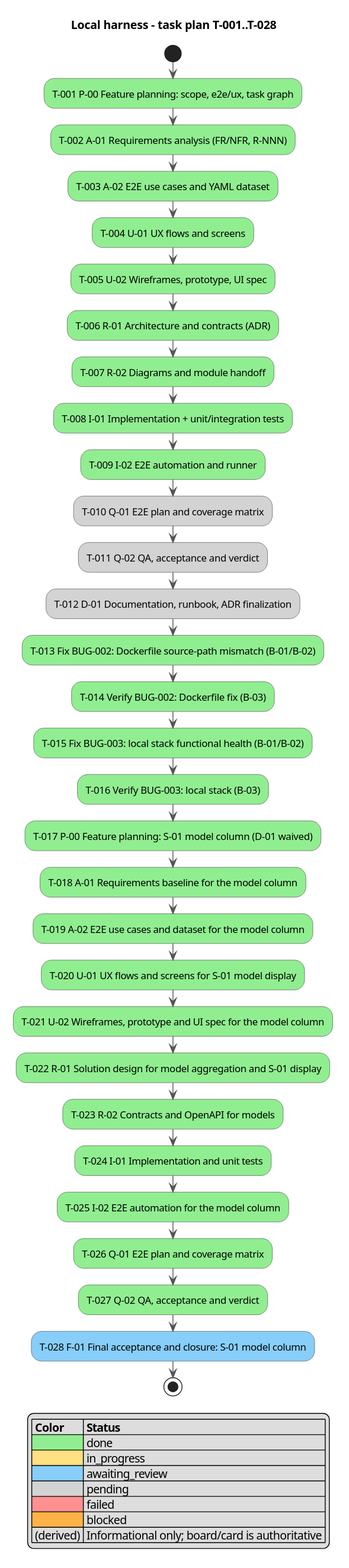
serge-sasov/ai-task-tracker keeps this PlantUML diagram as docs/activity.svg. Above is the earlier version.
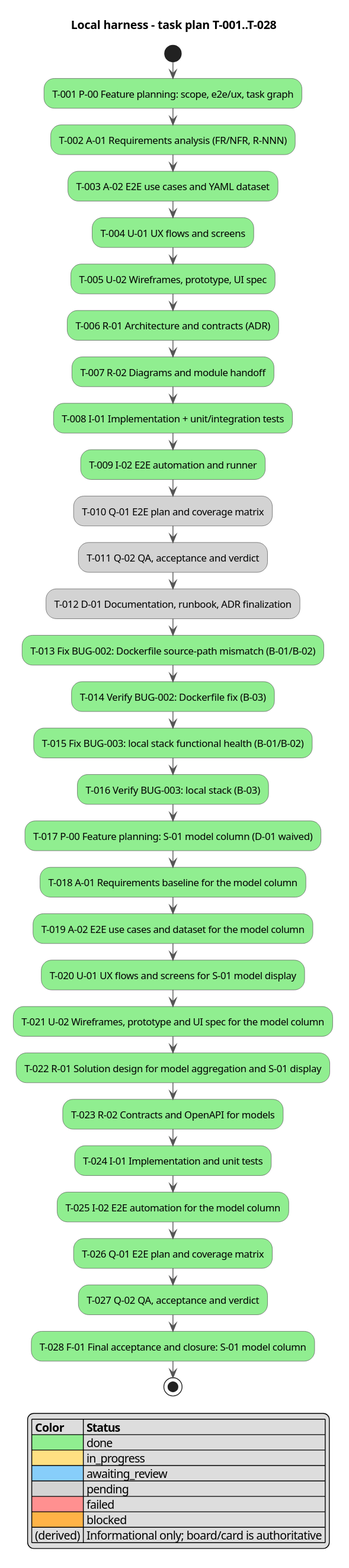
Later version of the same file.

Diff of the diagram source:
```diff
@@ -33,7 +33,7 @@
 :T-025 I-02 E2E automation for the model column; <<#90EE90>>
 :T-026 Q-01 E2E plan and coverage matrix; <<#90EE90>>
 :T-027 Q-02 QA, acceptance and verdict; <<#90EE90>>
-:T-028 F-01 Final acceptance and closure: S-01 model column; <<#87CEFA>>
+:T-028 F-01 Final acceptance and closure: S-01 model column; <<#90EE90>>
 stop
 
 legend right
```
